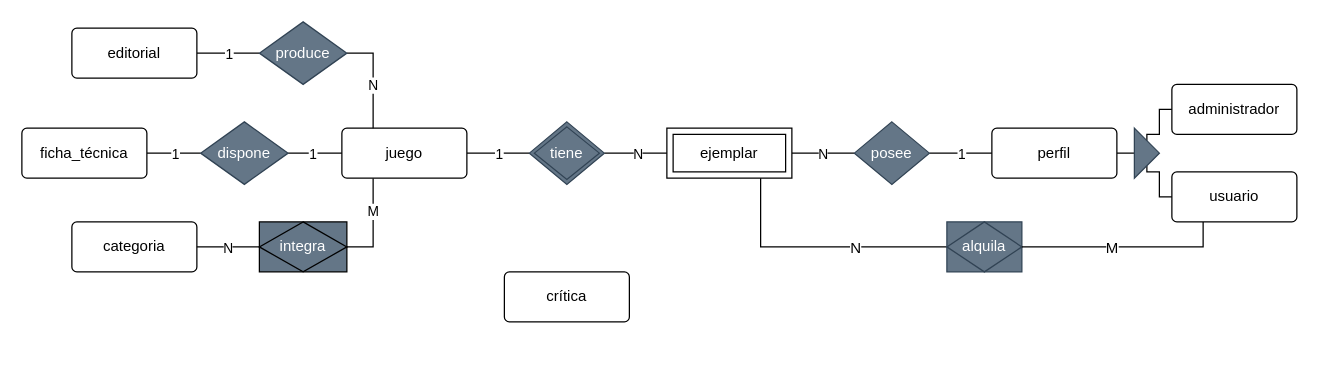
Before: DER-Vuelta-al-Tablero.drawio in SancLucas/Vuelta-al-Tablero, a draw.io diagram. Source tidied: cells renumbered, new cells numbered last; positions are measured from the earlier drawing's top-left corner, leaving out a move shared by most shapes. Both pictures are drawn from the tidied source at 125%, with x=0, y=0 at pixel (21, 21).
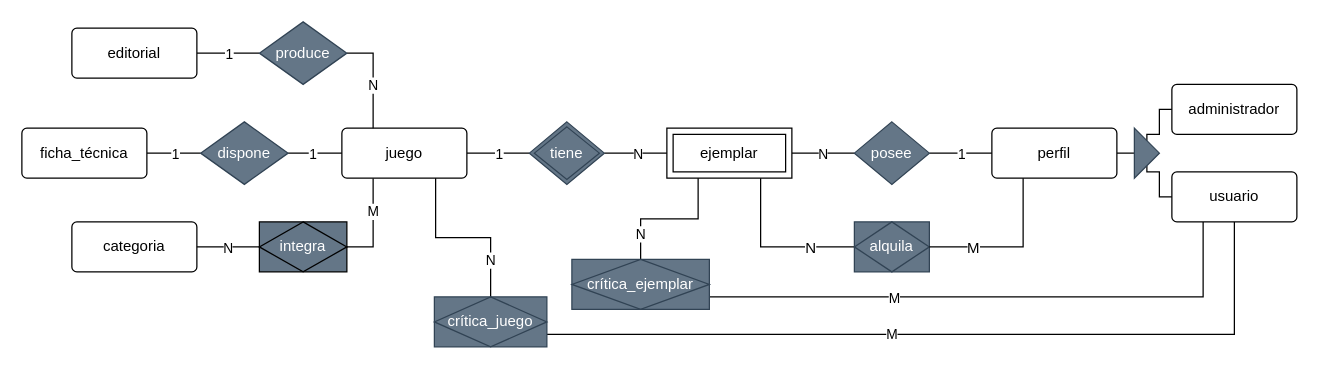
Above is the later version.

Commit message (it also covers changes not shown here):
Detalles en la propuesta.

Unchanged cells that the change refers to:
```xml
<mxCell id="6" value="juego" style="rounded=1;arcSize=10;whiteSpace=wrap;html=1;align=center;" parent="1" vertex="1">
  <mxGeometry x="256" y="85" width="100" height="40" as="geometry" />
</mxCell>
<mxCell id="8" value="perfil" style="rounded=1;arcSize=10;whiteSpace=wrap;html=1;align=center;" parent="1" vertex="1">
  <mxGeometry x="776" y="85" width="100" height="40" as="geometry" />
</mxCell>
<mxCell id="15" value="ejemplar" style="shape=ext;margin=3;double=1;whiteSpace=wrap;html=1;align=center;" parent="1" vertex="1">
  <mxGeometry x="516" y="85" width="100" height="40" as="geometry" />
</mxCell>
<mxCell id="27" style="edgeStyle=orthogonalEdgeStyle;rounded=0;jettySize=auto;html=1;exitX=0;exitY=0.5;exitDx=0;exitDy=0;entryX=0.75;entryY=1;entryDx=0;entryDy=0;fontSize=12;startSize=8;endSize=8;endArrow=none;endFill=0;" parent="1" edge="1" source="29" target="15">
  <mxGeometry relative="1" as="geometry" />
</mxCell>
<mxCell id="37" value="usuario" style="rounded=1;arcSize=10;whiteSpace=wrap;html=1;align=center;" parent="1" vertex="1">
  <mxGeometry x="920" y="120" width="100" height="40" as="geometry" />
</mxCell>
```

What changed in the source:
```diff
@@
     <mxCell id="28" value="N" style="edgeLabel;html=1;align=center;verticalAlign=middle;fontSize=12;" parent="27" vertex="1">
       <mxGeometry x="-0.15" y="-1" relative="1" as="geometry">
-        <mxPoint x="13" y="1" as="offset" />
+        <mxPoint x="19" y="1" as="offset" />
       </mxGeometry>
     </mxCell>
     <mxCell id="29" value="alquila" style="shape=associativeEntity;whiteSpace=wrap;html=1;align=center;fillColor=#647687;fontColor=light-dark(#ffffff, #000000);strokeColor=light-dark(#314354,#000000);" parent="1" vertex="1">
-      <mxGeometry x="740" y="160" width="60" height="40" as="geometry" />
+      <mxGeometry x="666" y="160" width="60" height="40" as="geometry" />
     </mxCell>
@@
-    <mxCell id="35" style="edgeStyle=orthogonalEdgeStyle;rounded=0;jettySize=auto;html=1;exitX=0.25;exitY=1;exitDx=0;exitDy=0;entryX=1;entryY=0.5;entryDx=0;entryDy=0;fontSize=12;startSize=8;endSize=8;endArrow=none;endFill=0;" parent="1" edge="1" source="37" target="29">
+    <mxCell id="35" style="edgeStyle=orthogonalEdgeStyle;rounded=0;jettySize=auto;html=1;exitX=0.25;exitY=1;exitDx=0;exitDy=0;entryX=1;entryY=0.5;entryDx=0;entryDy=0;fontSize=12;startSize=8;endSize=8;endArrow=none;endFill=0;" parent="1" edge="1" source="8" target="29">
       <mxGeometry relative="1" as="geometry" />
     </mxCell>
     <mxCell id="36" value="M" style="edgeLabel;html=1;align=center;verticalAlign=middle;fontSize=12;" parent="35" vertex="1">
       <mxGeometry x="0.07" y="-2" relative="1" as="geometry">
-        <mxPoint x="-6" y="2" as="offset" />
+        <mxPoint x="-26" y="2" as="offset" />
       </mxGeometry>
     </mxCell>
+    <mxCell id="45" style="edgeStyle=orthogonalEdgeStyle;rounded=0;jettySize=auto;html=1;exitX=0.25;exitY=1;exitDx=0;exitDy=0;entryX=1;entryY=0.75;entryDx=0;entryDy=0;endArrow=none;endFill=0;" parent="1" edge="1" source="37" target="54">
+      <mxGeometry relative="1" as="geometry" />
+    </mxCell>
+    <mxCell id="46" value="M" style="edgeLabel;html=1;align=center;verticalAlign=middle;" parent="45" vertex="1">
+      <mxGeometry x="0.25" y="1" relative="1" as="geometry">
+        <mxPoint x="-24" y="-1" as="offset" />
+      </mxGeometry>
+    </mxCell>
+    <mxCell id="47" style="edgeStyle=orthogonalEdgeStyle;rounded=0;jettySize=auto;html=1;exitX=0.5;exitY=1;exitDx=0;exitDy=0;entryX=1;entryY=0.75;entryDx=0;entryDy=0;endArrow=none;endFill=0;" parent="1" edge="1" source="37" target="51">
+      <mxGeometry relative="1" as="geometry" />
+    </mxCell>
+    <mxCell id="48" value="M" style="edgeLabel;html=1;align=center;verticalAlign=middle;" parent="47" vertex="1">
+      <mxGeometry x="0.31" y="-1" relative="1" as="geometry">
+        <mxPoint x="54" as="offset" />
+      </mxGeometry>
+    </mxCell>
@@
-    <mxCell id="44" value="&lt;span style=&quot;color: rgb(0, 0, 0);&quot;&gt;crítica&lt;/span&gt;" style="rounded=1;arcSize=10;whiteSpace=wrap;html=1;align=center;" parent="1" vertex="1">
-      <mxGeometry x="386" y="200" width="100" height="40" as="geometry" />
-    </mxCell>
+    <mxCell id="49" style="edgeStyle=orthogonalEdgeStyle;rounded=0;jettySize=auto;html=1;exitX=0.5;exitY=0;exitDx=0;exitDy=0;entryX=0.75;entryY=1;entryDx=0;entryDy=0;endArrow=none;endFill=0;" parent="1" edge="1" source="51" target="6">
+      <mxGeometry relative="1" as="geometry" />
+    </mxCell>
+    <mxCell id="50" value="N" style="edgeLabel;html=1;align=center;verticalAlign=middle;" parent="49" vertex="1">
+      <mxGeometry x="-0.03" y="-1" relative="1" as="geometry">
+        <mxPoint x="19" y="19" as="offset" />
+      </mxGeometry>
+    </mxCell>
+    <mxCell id="51" value="crítica_juego" style="shape=associativeEntity;whiteSpace=wrap;html=1;align=center;fillColor=#647687;fontColor=light-dark(#ffffff, #000000);strokeColor=light-dark(#314354,#000000);" parent="1" vertex="1">
+      <mxGeometry x="330" y="220" width="90" height="40" as="geometry" />
+    </mxCell>
+    <mxCell id="52" style="edgeStyle=orthogonalEdgeStyle;rounded=0;jettySize=auto;html=1;exitX=0.5;exitY=0;exitDx=0;exitDy=0;entryX=0.25;entryY=1;entryDx=0;entryDy=0;endArrow=none;endFill=0;" parent="1" edge="1" source="54" target="15">
+      <mxGeometry relative="1" as="geometry" />
+    </mxCell>
+    <mxCell id="53" value="N" style="edgeLabel;html=1;align=center;verticalAlign=middle;" parent="52" vertex="1">
+      <mxGeometry x="-0.01" y="2" relative="1" as="geometry">
+        <mxPoint x="-23" y="14" as="offset" />
+      </mxGeometry>
+    </mxCell>
+    <mxCell id="54" value="crítica_ejemplar" style="shape=associativeEntity;whiteSpace=wrap;html=1;align=center;fillColor=#647687;fontColor=light-dark(#ffffff, #000000);strokeColor=light-dark(#314354,#000000);" parent="1" vertex="1">
+      <mxGeometry x="440" y="190" width="110" height="40" as="geometry" />
+    </mxCell>
```
